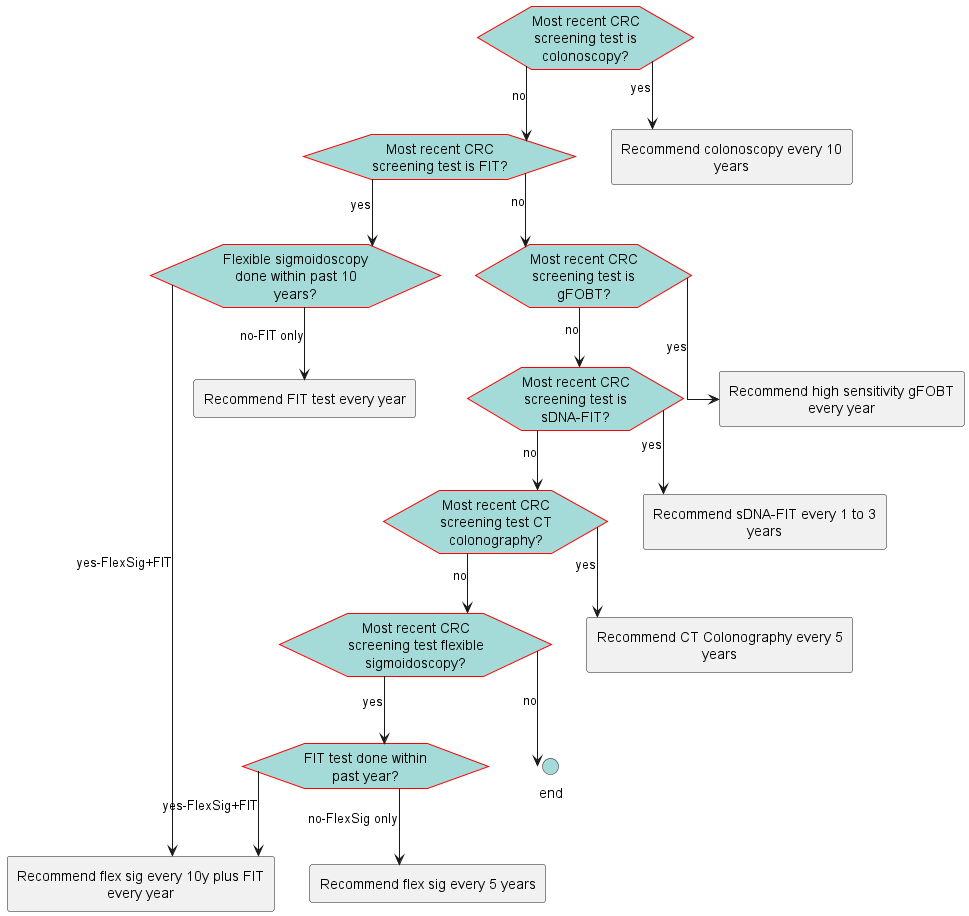
Above: images/flow-USPSTFDetermineDate.png in ccsm-cds-tools/CDC-Colorectal-Cancer-Screening-CDS-L2 (PlantUML), before the change.
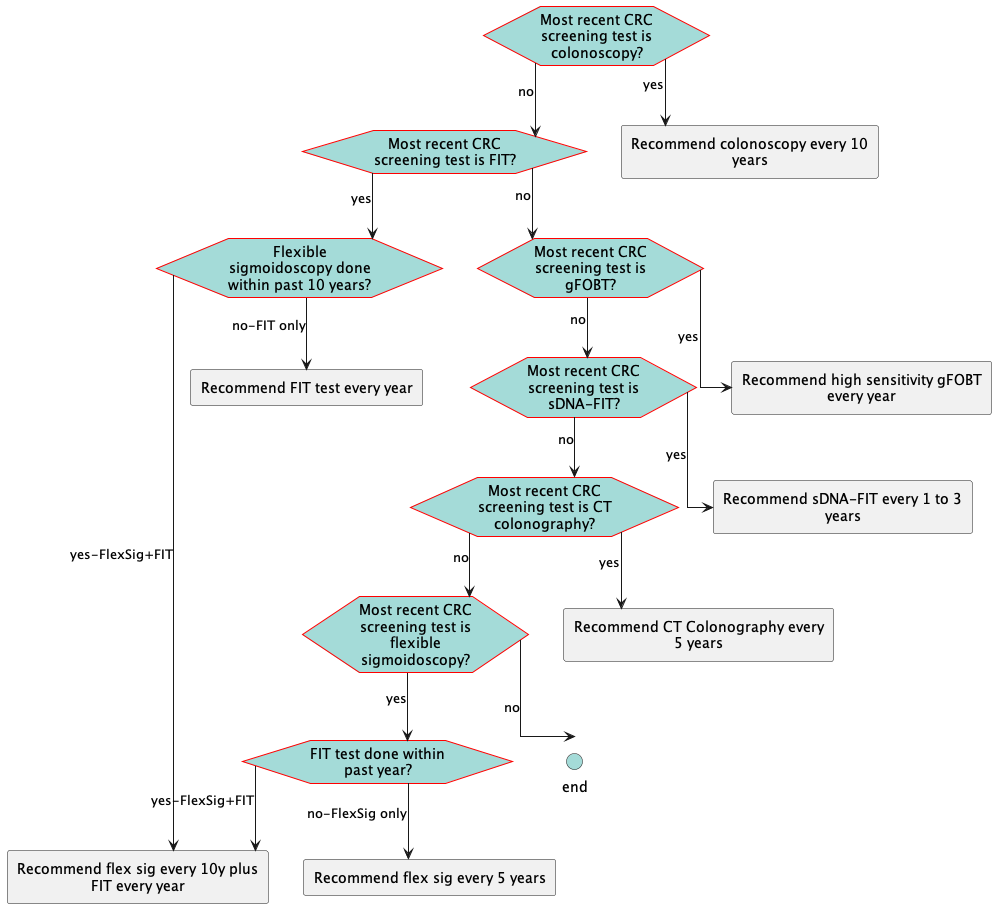
The same diagram one commit later.

Diff of the diagram source:
```diff
@@ -22,8 +22,8 @@
 hexagon "Flexible sigmoidoscopy done within past 10 years?" as eve_flexSigWithin10Years [[#eve-flexSigWithin10Years]]
 hexagon "Most recent CRC screening test is gFOBT?" as eve_lastTestgFOBT  [[#eve-lastTestgFOBT ]]
 hexagon "Most recent CRC screening test is sDNA-FIT?" as eve_lastTestSDNA  [[#eve-lastTestSDNA ]]
-hexagon "Most recent CRC screening test CT colonography?" as eve_lastTestCTcolonography [[#eve-lastTestCTcolonography]]
-hexagon "Most recent CRC screening test flexible sigmoidoscopy?" as eve_lastTestFlexSig [[#eve-lastTestFlexSig]]
+hexagon "Most recent CRC screening test is CT colonography?" as eve_lastTestCTcolonography [[#eve-lastTestCTcolonography]]
+hexagon "Most recent CRC screening test is flexible sigmoidoscopy?" as eve_lastTestFlexSig [[#eve-lastTestFlexSig]]
 hexagon "FIT test done within past year?" as eve_FITwithinPastYear [[#eve-FITwithinPastYear]]
 rectangle "Recommend colonoscopy every 10 years" as act_ColonoscopyEvery10 [[#act-ColonoscopyEvery10]]
 rectangle "Recommend flex sig every 10y plus FIT every year" as act_FlexSigFIT [[#act-FlexSigFIT]]
```
